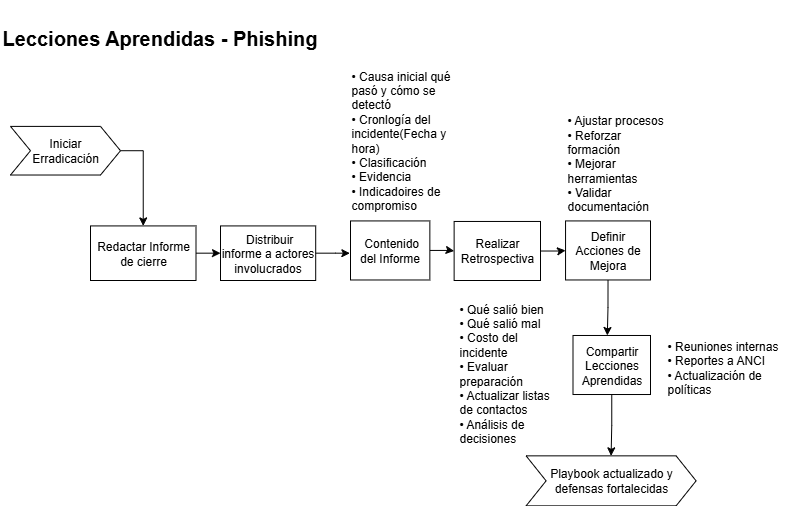
Before: PRI_Phishing/Workflows/06-lecciones-aprendidas.png, a diagram exported from draw.io (Ignacio-Ruiz/PLAYBOOKS-RI-ULAGOS). Source tidied: cells renumbered, new cells last; positions are measured from the earlier drawing's top-left corner, leaving out a move shared by most shapes.
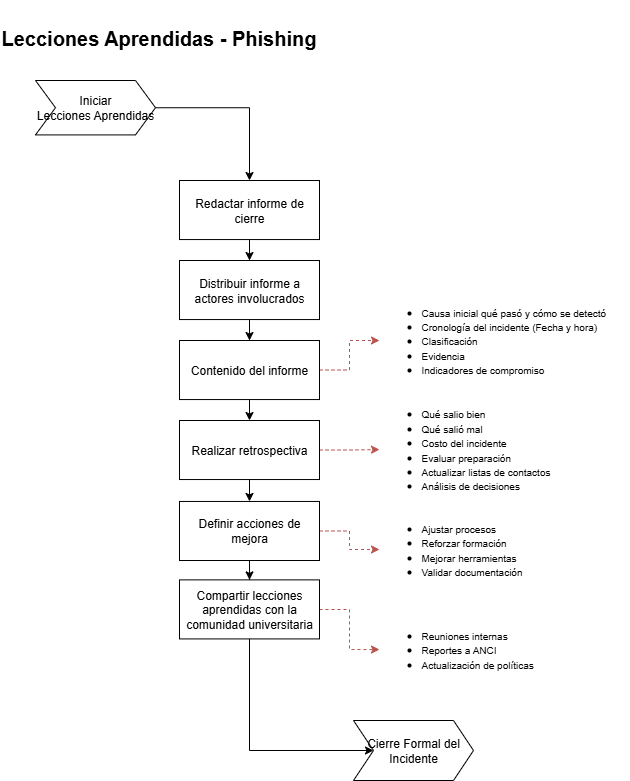
Above is the later version.

What changed in the source:
```diff
@@ -3,64 +3,80 @@
     <mxCell id="0" />
     <mxCell id="1" parent="0" />
     <mxCell id="2" value="&lt;h1&gt;&lt;font style=&quot;font-size: 20px;&quot;&gt;Lecciones Aprendidas - Phishing&lt;/font&gt;&lt;/h1&gt;" style="text;whiteSpace=wrap;html=1;" parent="1" vertex="1">
-      <mxGeometry width="410" height="50" as="geometry" />
+      <mxGeometry x="-10" width="410" height="50" as="geometry" />
     </mxCell>
-    <mxCell id="3" value="&lt;span style=&quot;text-align: center;&quot;&gt;• Reuniones internas&lt;/span&gt;&lt;br style=&quot;padding: 0px; margin: 0px; text-align: center;&quot;&gt;&lt;span style=&quot;text-align: center;&quot;&gt;• Reportes a ANCI&lt;/span&gt;&lt;br style=&quot;padding: 0px; margin: 0px; text-align: center;&quot;&gt;&lt;span style=&quot;text-align: center;&quot;&gt;• Actualización de políticas&lt;/span&gt;" style="text;html=1;align=left;verticalAlign=middle;whiteSpace=wrap;rounded=0;fontSize=12;" parent="1" vertex="1">
-      <mxGeometry x="664.6" y="335" width="127.6" height="64.8" as="geometry" />
-    </mxCell>
-    <mxCell id="4" value="&lt;span style=&quot;text-align: center;&quot;&gt;• Causa inicial qué pasó y cómo se detectó&lt;/span&gt;&lt;br style=&quot;padding: 0px; margin: 0px; text-align: center;&quot;&gt;&lt;span style=&quot;text-align: center;&quot;&gt;• Cronlogía del incidente(Fecha y hora)&lt;br&gt;&lt;/span&gt;• Clasificación&lt;br style=&quot;padding: 0px; margin: 0px;&quot;&gt;• Evidencia&lt;div&gt;• Indicadoires de compromiso&lt;/div&gt;" style="text;html=1;align=left;verticalAlign=middle;whiteSpace=wrap;rounded=0;fontSize=12;" parent="1" vertex="1">
-      <mxGeometry x="349" y="60" width="108.1" height="160.4" as="geometry" />
-    </mxCell>
-    <mxCell id="5" style="edgeStyle=orthogonalEdgeStyle;rounded=0;jettySize=auto;html=1;exitX=1;exitY=0.5;exitDx=0;exitDy=0;" parent="1" edge="1" source="20" target="7">
-      <mxGeometry relative="1" as="geometry" />
-    </mxCell>
-    <mxCell id="6" style="edgeStyle=orthogonalEdgeStyle;rounded=0;jettySize=auto;html=1;entryX=0;entryY=0.5;entryDx=0;entryDy=0;" parent="1" edge="1" source="7" target="10">
-      <mxGeometry relative="1" as="geometry" />
-    </mxCell>
-    <mxCell id="7" value="Redactar Informe de cierre" style="whiteSpace=wrap;html=1;fontSize=12;" parent="1" vertex="1">
-      <mxGeometry x="90" y="225.4" width="105.5" height="54.6" as="geometry" />
-    </mxCell>
-    <mxCell id="8" style="edgeStyle=orthogonalEdgeStyle;rounded=0;jettySize=auto;html=1;entryX=0;entryY=0.5;entryDx=0;entryDy=0;" parent="1" edge="1" source="9" target="14">
-      <mxGeometry relative="1" as="geometry" />
-    </mxCell>
-    <mxCell id="9" value="Realizar Retrospectiva" style="whiteSpace=wrap;html=1;fontSize=12;" parent="1" vertex="1">
-      <mxGeometry x="453.6" y="221" width="86.4" height="59" as="geometry" />
-    </mxCell>
+    <mxCell id="22" value="Cierre Formal del Incidente" style="shape=step;perimeter=stepPerimeter;whiteSpace=wrap;html=1;fixedSize=1;fontSize=12;rotation=0;" parent="1" vertex="1">
+      <mxGeometry x="344" y="720" width="120" height="60" as="geometry" />
+    </mxCell>
+    <mxCell id="23" style="edgeStyle=orthogonalEdgeStyle;rounded=0;jettySize=auto;html=1;" parent="1" edge="1" source="24" target="26">
+      <mxGeometry relative="1" as="geometry" />
+    </mxCell>
+    <mxCell id="24" value="&lt;font&gt;Iniciar &lt;br&gt;Lecciones Aprendidas&lt;/font&gt;" style="shape=step;perimeter=stepPerimeter;whiteSpace=wrap;html=1;fixedSize=1;fontSize=12;" parent="1" vertex="1">
+      <mxGeometry x="26" y="80" width="120" height="54.4" as="geometry" />
+    </mxCell>
+    <mxCell id="25" style="edgeStyle=orthogonalEdgeStyle;rounded=0;jettySize=auto;html=1;entryX=0.5;entryY=0;entryDx=0;entryDy=0;" parent="1" edge="1" source="26" target="10">
+      <mxGeometry relative="1" as="geometry" />
+    </mxCell>
+    <mxCell id="26" value="Redactar informe de cierre" style="whiteSpace=wrap;html=1;fontSize=12;" parent="1" vertex="1">
+      <mxGeometry x="170" y="180" width="140" height="59" as="geometry" />
+    </mxCell>
+    <mxCell id="27" style="edgeStyle=orthogonalEdgeStyle;rounded=0;jettySize=auto;html=1;entryX=0.5;entryY=0;entryDx=0;entryDy=0;" parent="1" edge="1" source="29" target="36">
+      <mxGeometry relative="1" as="geometry" />
+    </mxCell>
+    <mxCell id="28" style="edgeStyle=orthogonalEdgeStyle;rounded=0;jettySize=auto;html=1;exitX=1;exitY=0.5;exitDx=0;exitDy=0;entryX=0;entryY=0.5;entryDx=0;entryDy=0;dashed=1;fillColor=#f8cecc;strokeColor=#b85450;" parent="1" edge="1" source="29" target="41">
+      <mxGeometry relative="1" as="geometry" />
+    </mxCell>
+    <mxCell id="29" value="Realizar retrospectiva" style="whiteSpace=wrap;html=1;fontSize=12;" parent="1" vertex="1">
+      <mxGeometry x="170" y="420" width="140" height="59" as="geometry" />
+    </mxCell>
+    <mxCell id="30" style="edgeStyle=orthogonalEdgeStyle;rounded=0;jettySize=auto;html=1;fontSize=12;entryX=0.5;entryY=0;entryDx=0;entryDy=0;" parent="1" edge="1" source="10" target="33">
+      <mxGeometry relative="1" as="geometry" />
+    </mxCell>
-    <mxCell id="10" value="&amp;nbsp;Distribuir informe a actores involucrados" style="whiteSpace=wrap;html=1;fontSize=12;" parent="1" vertex="1">
-      <mxGeometry x="220" y="225.4" width="95.2" height="54.6" as="geometry" />
+    <mxCell id="10" value="Distribuir informe a actores involucrados" style="whiteSpace=wrap;html=1;fontSize=12;" parent="1" vertex="1">
+      <mxGeometry x="170" y="260" width="140" height="59" as="geometry" />
     </mxCell>
-    <mxCell id="11" style="edgeStyle=orthogonalEdgeStyle;rounded=0;jettySize=auto;html=1;entryX=0;entryY=0.5;entryDx=0;entryDy=0;" parent="1" edge="1" source="12" target="9">
-      <mxGeometry relative="1" as="geometry" />
-    </mxCell>
-    <mxCell id="12" value="&amp;nbsp;Contenido del Informe" style="whiteSpace=wrap;html=1;fontSize=12;" parent="1" vertex="1">
-      <mxGeometry x="350" y="220.4" width="79.3" height="59" as="geometry" />
-    </mxCell>
-    <mxCell id="13" style="edgeStyle=orthogonalEdgeStyle;rounded=0;jettySize=auto;html=1;exitX=0.5;exitY=1;exitDx=0;exitDy=0;entryX=0.443;entryY=0;entryDx=0;entryDy=0;entryPerimeter=0;" parent="1" edge="1" source="14" target="16">
-      <mxGeometry relative="1" as="geometry" />
-    </mxCell>
-    <mxCell id="14" value="Definir Acciones de Mejora" style="whiteSpace=wrap;html=1;fontSize=12;" parent="1" vertex="1">
-      <mxGeometry x="565" y="220.4" width="85" height="59" as="geometry" />
-    </mxCell>
-    <mxCell id="15" style="edgeStyle=orthogonalEdgeStyle;rounded=0;jettySize=auto;html=1;entryX=0.5;entryY=0;entryDx=0;entryDy=0;" parent="1" edge="1" source="16" target="19">
-      <mxGeometry relative="1" as="geometry" />
-    </mxCell>
-    <mxCell id="16" value="Compartir Lecciones Aprendidas" style="whiteSpace=wrap;html=1;fontSize=12;" parent="1" vertex="1">
-      <mxGeometry x="572.5" y="335" width="77.5" height="59" as="geometry" />
-    </mxCell>
-    <mxCell id="17" value="&lt;span style=&quot;text-align: center;&quot;&gt;• Qué salió bien&lt;/span&gt;&lt;br style=&quot;padding: 0px; margin: 0px; text-align: center;&quot;&gt;&lt;span style=&quot;text-align: center;&quot;&gt;• Qué salió mal&lt;/span&gt;&lt;br style=&quot;padding: 0px; margin: 0px; text-align: center;&quot;&gt;&lt;span style=&quot;text-align: center;&quot;&gt;• Costo del incidente&lt;/span&gt;&lt;div&gt;&lt;span style=&quot;text-align: center;&quot;&gt;• Evaluar preparación&lt;/span&gt;&lt;br style=&quot;padding: 0px; margin: 0px; text-align: center;&quot;&gt;&lt;span style=&quot;text-align: center;&quot;&gt;•&amp;nbsp;&lt;/span&gt;Actualizar listas de contactos&lt;br style=&quot;padding: 0px; margin: 0px; text-align: center;&quot;&gt;&lt;span style=&quot;text-align: center;&quot;&gt;• Análisis de decisiones&lt;/span&gt;&lt;span style=&quot;text-align: center;&quot;&gt;&lt;/span&gt;&lt;/div&gt;" style="text;html=1;align=left;verticalAlign=middle;whiteSpace=wrap;rounded=0;fontSize=12;" parent="1" vertex="1">
-      <mxGeometry x="457.1" y="290" width="108" height="165.3" as="geometry" />
-    </mxCell>
-    <mxCell id="18" value="&lt;span style=&quot;text-align: center;&quot;&gt;• Ajustar procesos&lt;/span&gt;&lt;br style=&quot;padding: 0px; margin: 0px; text-align: center;&quot;&gt;&lt;span style=&quot;text-align: center;&quot;&gt;• Reforzar formación&lt;/span&gt;&lt;br style=&quot;padding: 0px; margin: 0px; text-align: center;&quot;&gt;&lt;span style=&quot;text-align: center;&quot;&gt;• Mejorar herramientas&lt;/span&gt;&lt;br style=&quot;padding: 0px; margin: 0px; text-align: center;&quot;&gt;&lt;span style=&quot;text-align: center;&quot;&gt;• Validar documentación&lt;/span&gt;" style="text;html=1;align=left;verticalAlign=middle;whiteSpace=wrap;rounded=0;fontSize=12;" parent="1" vertex="1">
-      <mxGeometry x="565" y="125.9" width="108.1" height="75.2" as="geometry" />
-    </mxCell>
-    <mxCell id="19" value="Playbook actualizado y defensas fortalecidas" style="shape=step;perimeter=stepPerimeter;whiteSpace=wrap;html=1;fixedSize=1;fontSize=12;rotation=0;" parent="1" vertex="1">
-      <mxGeometry x="525.6" y="455.4" width="170" height="50" as="geometry" />
-    </mxCell>
-    <mxCell id="20" value="&lt;font&gt;Iniciar &lt;br&gt;Erradicación&lt;/font&gt;" style="shape=step;perimeter=stepPerimeter;whiteSpace=wrap;html=1;fixedSize=1;fontSize=12;" parent="1" vertex="1">
-      <mxGeometry x="10" y="125.9" width="110" height="48.6" as="geometry" />
-    </mxCell>
-    <mxCell id="21" style="edgeStyle=orthogonalEdgeStyle;rounded=0;jettySize=auto;html=1;entryX=-0.008;entryY=0.547;entryDx=0;entryDy=0;entryPerimeter=0;" parent="1" edge="1" source="10" target="12">
-      <mxGeometry relative="1" as="geometry" />
-    </mxCell>
+    <mxCell id="31" style="edgeStyle=orthogonalEdgeStyle;rounded=0;jettySize=auto;html=1;exitX=0.5;exitY=1;exitDx=0;exitDy=0;entryX=0.5;entryY=0;entryDx=0;entryDy=0;" parent="1" edge="1" source="33" target="29">
+      <mxGeometry relative="1" as="geometry" />
+    </mxCell>
+    <mxCell id="32" style="edgeStyle=orthogonalEdgeStyle;rounded=0;jettySize=auto;html=1;entryX=0;entryY=0.5;entryDx=0;entryDy=0;dashed=1;fillColor=#f8cecc;strokeColor=#b85450;" parent="1" edge="1" source="33" target="40">
+      <mxGeometry relative="1" as="geometry" />
+    </mxCell>
+    <mxCell id="33" value="Contenido del informe" style="whiteSpace=wrap;html=1;fontSize=12;" parent="1" vertex="1">
+      <mxGeometry x="170" y="340" width="140" height="59" as="geometry" />
+    </mxCell>
+    <mxCell id="34" style="edgeStyle=orthogonalEdgeStyle;rounded=0;jettySize=auto;html=1;entryX=0.5;entryY=0;entryDx=0;entryDy=0;" parent="1" edge="1" source="36" target="39">
+      <mxGeometry relative="1" as="geometry" />
+    </mxCell>
+    <mxCell id="35" style="edgeStyle=orthogonalEdgeStyle;rounded=0;jettySize=auto;html=1;exitX=1;exitY=0.5;exitDx=0;exitDy=0;dashed=1;fillColor=#f8cecc;strokeColor=#b85450;" parent="1" edge="1" source="36" target="42">
+      <mxGeometry relative="1" as="geometry" />
+    </mxCell>
+    <mxCell id="36" value="Definir acciones de mejora" style="whiteSpace=wrap;html=1;fontSize=12;" parent="1" vertex="1">
+      <mxGeometry x="170" y="501" width="140" height="59" as="geometry" />
+    </mxCell>
+    <mxCell id="37" style="edgeStyle=orthogonalEdgeStyle;rounded=0;jettySize=auto;html=1;entryX=0;entryY=0.5;entryDx=0;entryDy=0;dashed=1;fillColor=#f8cecc;strokeColor=#b85450;" parent="1" edge="1" source="39" target="43">
+      <mxGeometry relative="1" as="geometry" />
+    </mxCell>
+    <mxCell id="38" style="edgeStyle=orthogonalEdgeStyle;rounded=0;jettySize=auto;html=1;entryX=0;entryY=0.5;entryDx=0;entryDy=0;" parent="1" edge="1" source="39" target="22">
+      <mxGeometry relative="1" as="geometry">
+        <Array as="points">
+          <mxPoint x="240" y="750" />
+        </Array>
+      </mxGeometry>
+    </mxCell>
+    <mxCell id="39" value="Compartir lecciones aprendidas con la comunidad universitaria" style="whiteSpace=wrap;html=1;fontSize=12;" parent="1" vertex="1">
+      <mxGeometry x="170" y="579.4" width="140" height="59" as="geometry" />
+    </mxCell>
+    <mxCell id="40" value="&lt;ul&gt;&lt;li&gt;&lt;font style=&quot;font-size: 10px;&quot;&gt;Causa inicial qué pasó y cómo se detectó&lt;/font&gt;&lt;/li&gt;&lt;li&gt;&lt;font style=&quot;font-size: 10px;&quot;&gt;Cronología del incidente (Fecha y hora)&lt;/font&gt;&lt;/li&gt;&lt;li&gt;&lt;font style=&quot;font-size: 10px;&quot;&gt;Clasificación&lt;/font&gt;&lt;/li&gt;&lt;li&gt;&lt;font style=&quot;font-size: 10px;&quot;&gt;Evidencia&lt;/font&gt;&lt;/li&gt;&lt;li&gt;&lt;font style=&quot;font-size: 10px;&quot;&gt;Indicadores de compromiso&lt;/font&gt;&lt;/li&gt;&lt;/ul&gt;" style="text;html=1;align=left;verticalAlign=middle;whiteSpace=wrap;rounded=0;" parent="1" vertex="1">
+      <mxGeometry x="370" y="290" width="250" height="100" as="geometry" />
+    </mxCell>
+    <mxCell id="41" value="&lt;ul&gt;&lt;li&gt;&lt;span style=&quot;font-size: 10px; background-color: transparent; color: light-dark(rgb(0, 0, 0), rgb(255, 255, 255));&quot;&gt;Qué salio bien&amp;nbsp;&lt;/span&gt;&lt;/li&gt;&lt;li&gt;&lt;span style=&quot;font-size: 10px;&quot;&gt;Qué salió mal&lt;/span&gt;&lt;/li&gt;&lt;li&gt;&lt;font style=&quot;font-size: 10px;&quot;&gt;Costo del incidente&lt;/font&gt;&lt;/li&gt;&lt;li&gt;&lt;span style=&quot;font-size: 10px;&quot;&gt;Evaluar preparación&lt;/span&gt;&lt;/li&gt;&lt;li&gt;&lt;span style=&quot;font-size: 10px;&quot;&gt;Actualizar listas de contactos&lt;/span&gt;&lt;/li&gt;&lt;li&gt;&lt;span style=&quot;font-size: 10px;&quot;&gt;Análisis de decisiones&lt;/span&gt;&lt;/li&gt;&lt;/ul&gt;" style="text;html=1;align=left;verticalAlign=middle;whiteSpace=wrap;rounded=0;" parent="1" vertex="1">
+      <mxGeometry x="370" y="399.1" width="220" height="100" as="geometry" />
+    </mxCell>
+    <mxCell id="42" value="&lt;ul&gt;&lt;li&gt;&lt;span style=&quot;font-size: 10px; background-color: transparent; color: light-dark(rgb(0, 0, 0), rgb(255, 255, 255));&quot;&gt;Ajustar procesos&amp;nbsp;&lt;/span&gt;&lt;/li&gt;&lt;li&gt;&lt;span style=&quot;font-size: 10px;&quot;&gt;Reforzar formación&lt;/span&gt;&lt;/li&gt;&lt;li&gt;&lt;span style=&quot;font-size: 10px;&quot;&gt;Mejorar herramientas&lt;/span&gt;&lt;/li&gt;&lt;li&gt;&lt;span style=&quot;font-size: 10px;&quot;&gt;Validar documentación&lt;/span&gt;&lt;/li&gt;&lt;/ul&gt;" style="text;html=1;align=left;verticalAlign=middle;whiteSpace=wrap;rounded=0;" parent="1" vertex="1">
+      <mxGeometry x="370" y="499.1" width="210" height="100" as="geometry" />
+    </mxCell>
+    <mxCell id="43" value="&lt;ul&gt;&lt;li&gt;&lt;span style=&quot;font-size: 10px;&quot;&gt;Reuniones internas&amp;nbsp;&lt;/span&gt;&lt;/li&gt;&lt;li&gt;&lt;span style=&quot;font-size: 10px;&quot;&gt;Reportes a ANCI&lt;/span&gt;&lt;/li&gt;&lt;li&gt;&lt;span style=&quot;font-size: 10px;&quot;&gt;Actualización de políticas&lt;/span&gt;&lt;/li&gt;&lt;/ul&gt;" style="text;html=1;align=left;verticalAlign=middle;whiteSpace=wrap;rounded=0;" parent="1" vertex="1">
+      <mxGeometry x="370" y="599" width="200" height="100" as="geometry" />
+    </mxCell>
   </root>
 </mxGraphModel>
```
